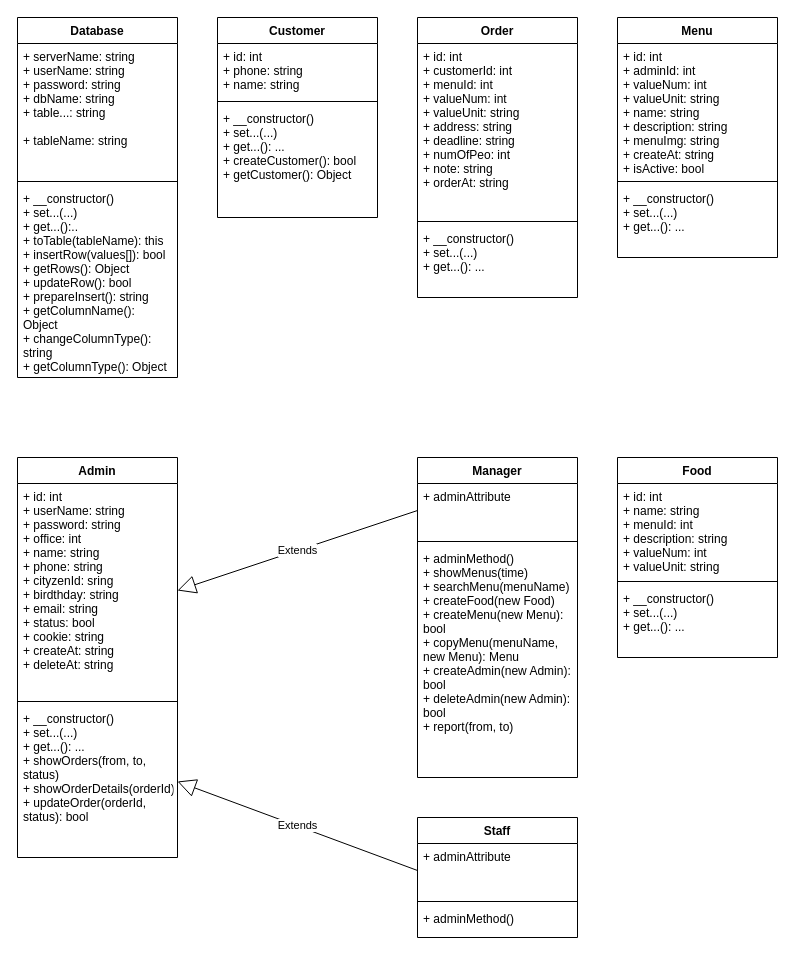
Earlier version of the draw.io diagram phan_tich/classes/classes.drawio (caoduonggithub/gourmet-au-catering). Source tidied: cells renumbered, new cells numbered last; positions are measured from the earlier drawing's top-left corner, leaving out a move shared by most shapes. Both pictures are drawn from the tidied source at 100%, with x=0, y=0 at pixel (17, 17).
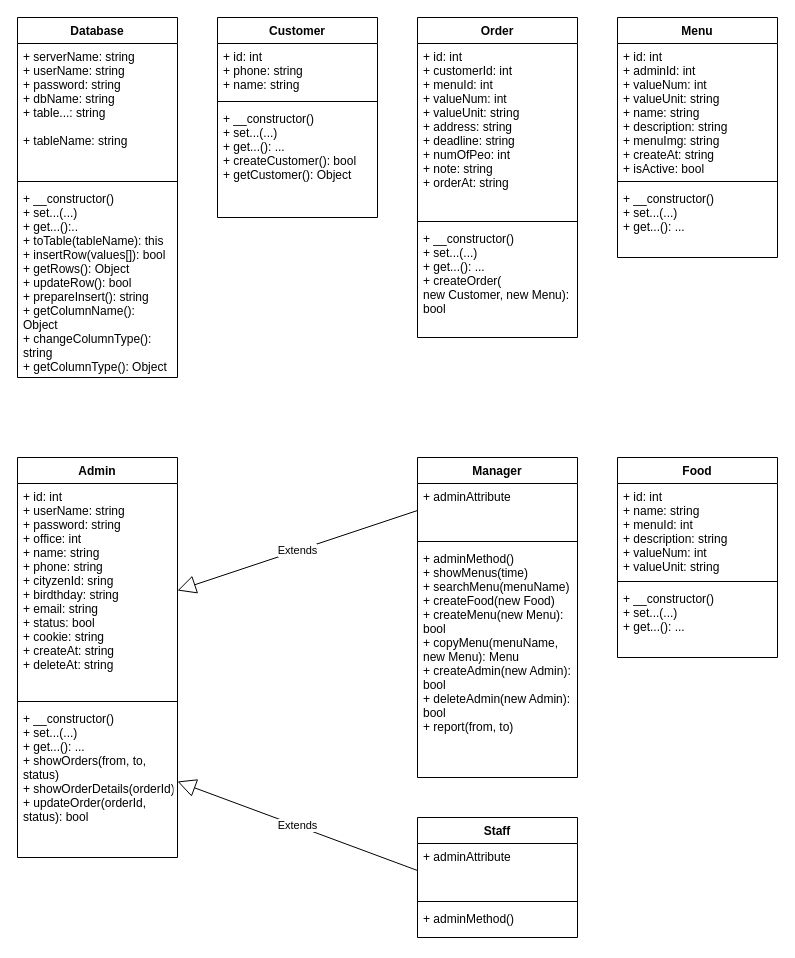
Above is the later version.

Change to the diagram source:
```diff
@@
     <mxCell id="6" value="Order" style="swimlane;fontStyle=1;align=center;verticalAlign=top;horizontal=1;startSize=26;" parent="1" vertex="1">
-      <mxGeometry x="400" width="160" height="280" as="geometry" />
+      <mxGeometry x="400" width="160" height="320" as="geometry" />
     </mxCell>
@@
-    <mxCell id="9" value="+ __constructor()&#10;+ set...(...)&#10;+ get...(): ..." style="text;strokeColor=none;fillColor=none;align=left;verticalAlign=top;spacingLeft=4;spacingRight=4;overflow=hidden;" parent="6" vertex="1">
-      <mxGeometry y="208" width="160" height="72" as="geometry" />
+    <mxCell id="9" value="+ __constructor()&#10;+ set...(...)&#10;+ get...(): ...&#10;+ createOrder(&#10;new Customer, new Menu):&#10;bool" style="text;strokeColor=none;fillColor=none;align=left;verticalAlign=top;spacingLeft=4;spacingRight=4;overflow=hidden;" parent="6" vertex="1">
+      <mxGeometry y="208" width="160" height="112" as="geometry" />
     </mxCell>
```
